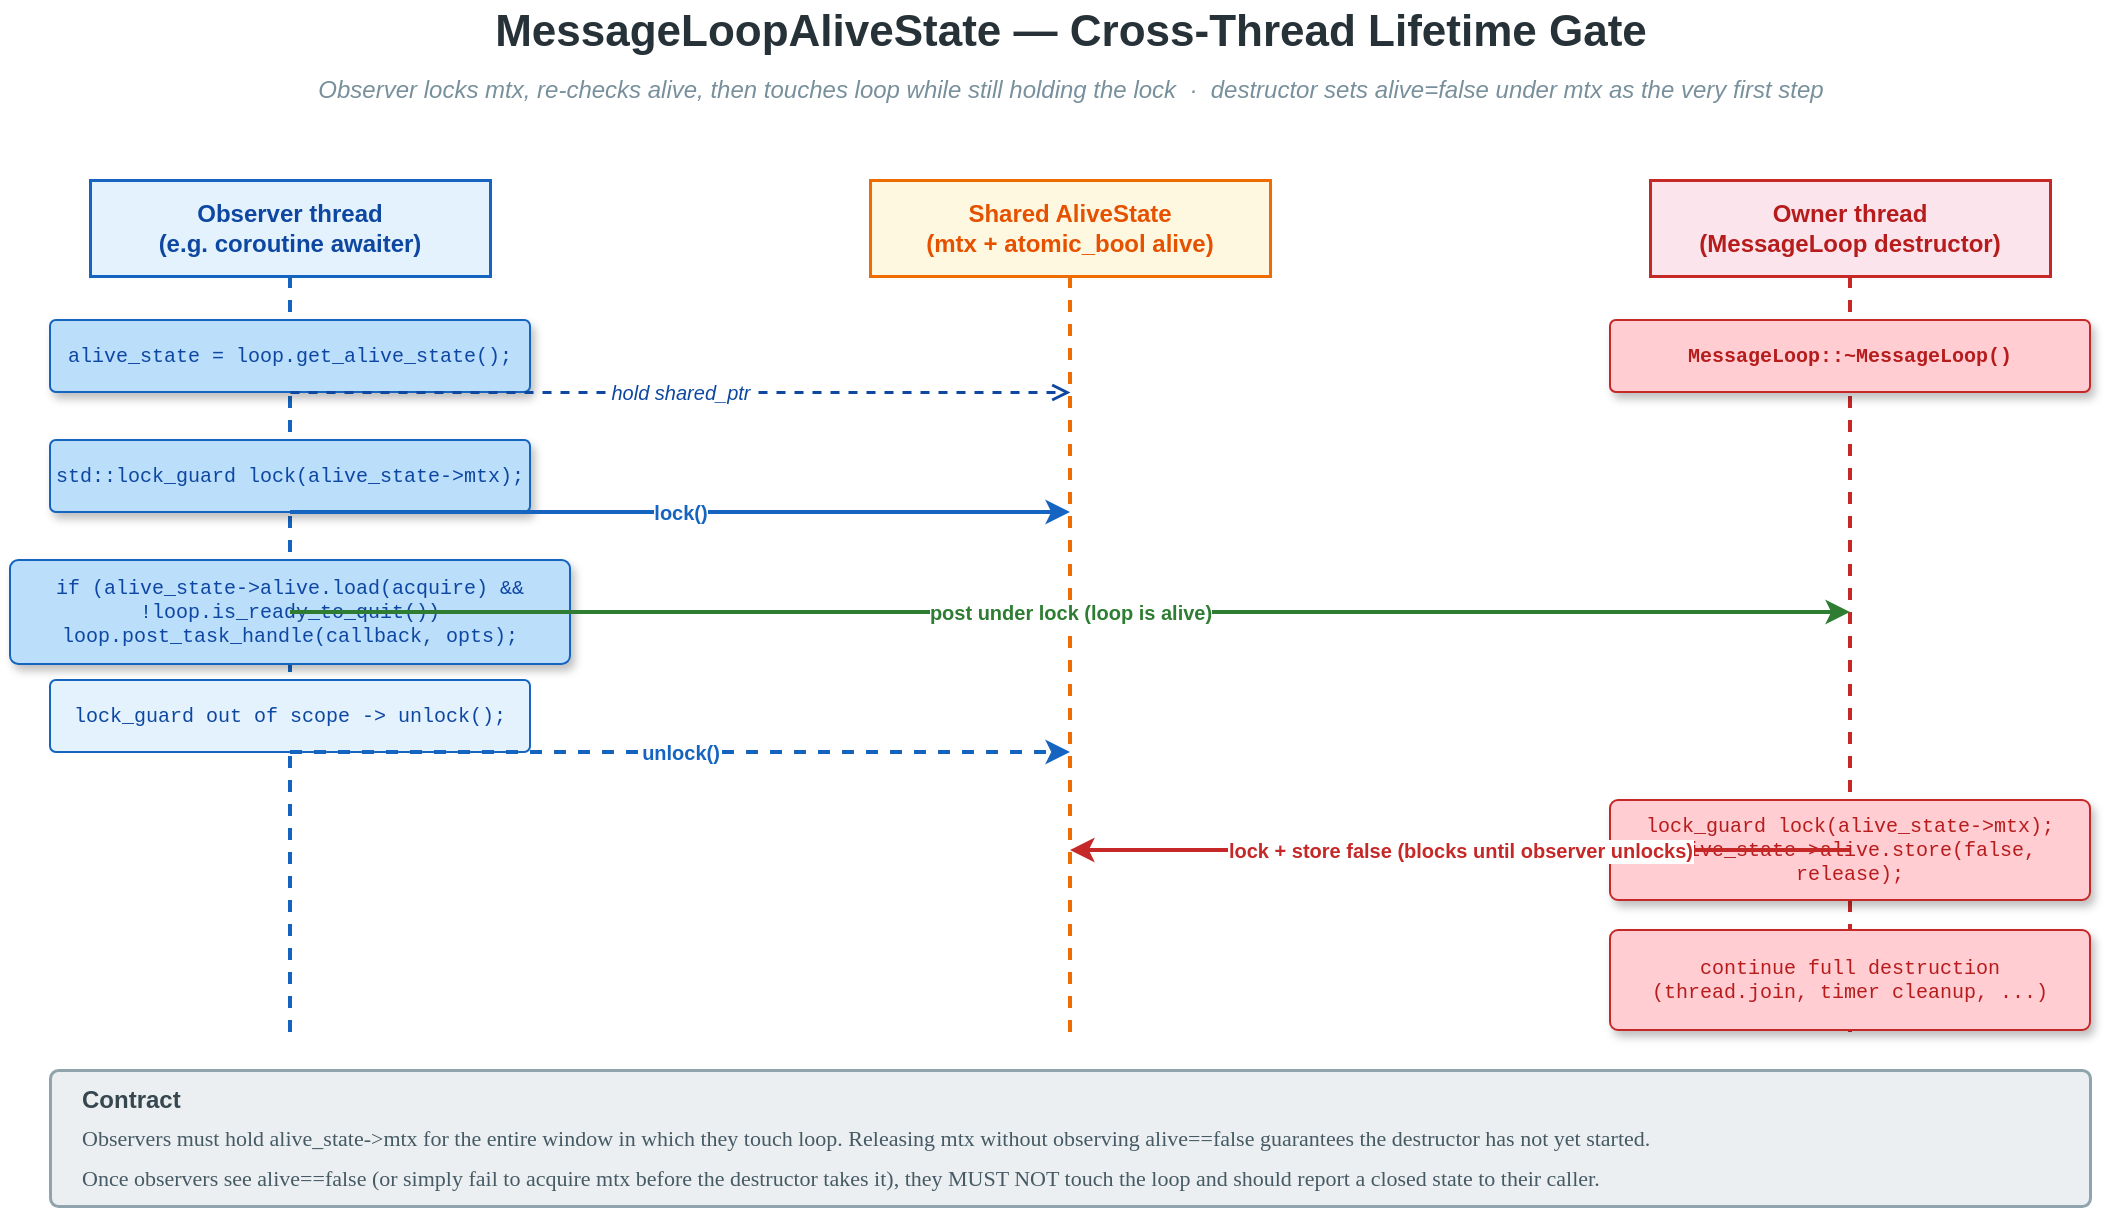
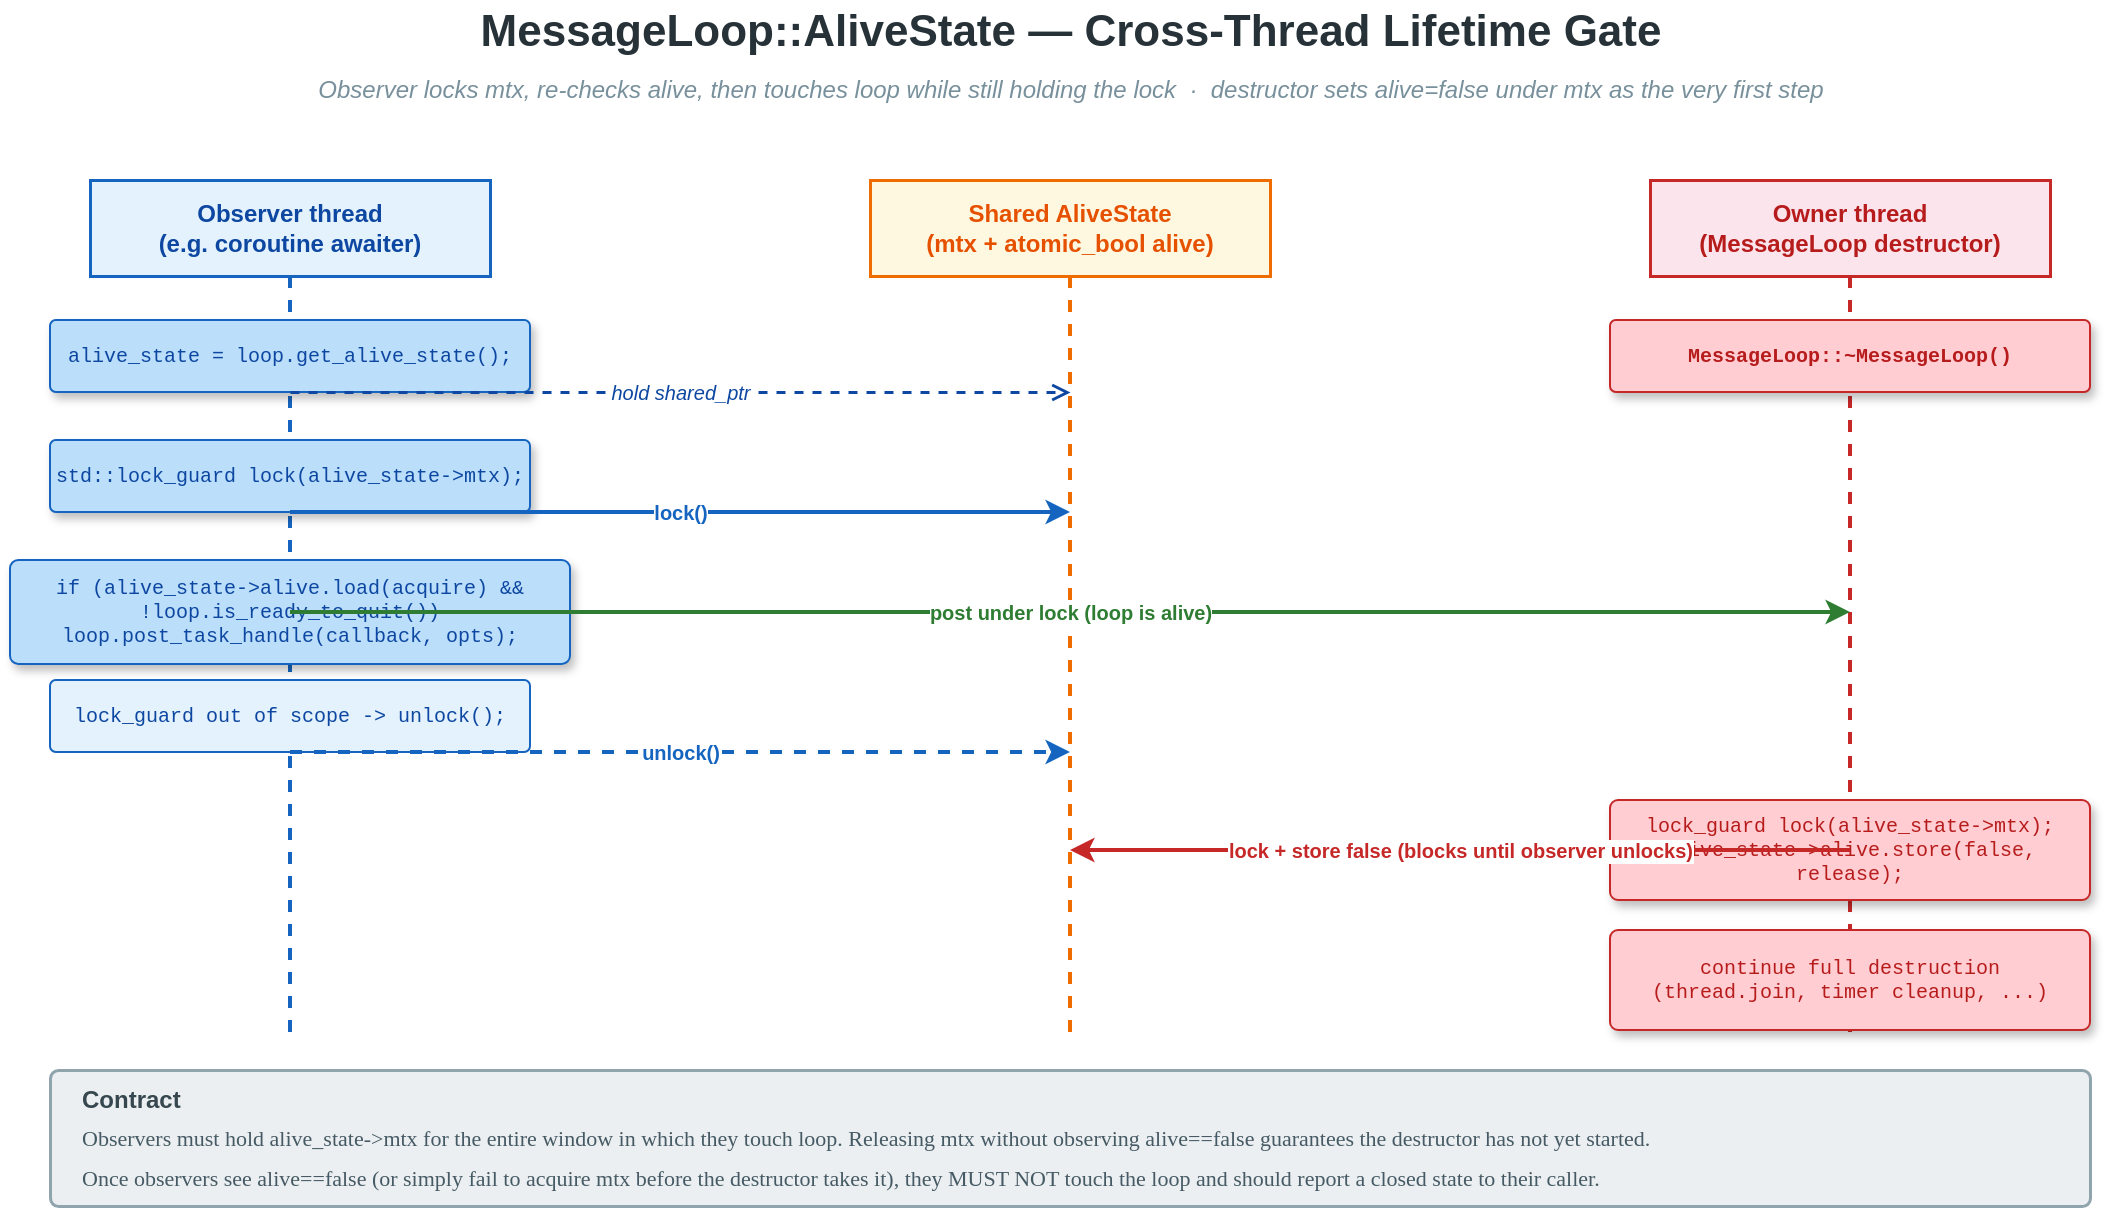
<mxfile host="app.diagrams.net" modified="2026-05-14T00:00:00.000Z" agent="Claude" version="24.0.0" type="device">
-   <diagram id="message-loop-alive-state" name="MessageLoopAliveState Sequencing">
+   <diagram id="message-loop-alive-state" name="MessageLoop::AliveState Sequencing">
    <mxGraphModel dx="1100" dy="640" grid="0" gridSize="10" guides="1" tooltips="1" connect="1" arrows="1" fold="1" page="1" pageScale="1" pageWidth="1100" pageHeight="640" math="0" shadow="0">
      <root>
        <mxCell id="0" />
        <mxCell id="1" parent="0" />

-         <mxCell id="title" value="MessageLoopAliveState &#8212; Cross-Thread Lifetime Gate" style="text;html=1;align=center;verticalAlign=middle;strokeColor=none;fillColor=none;fontSize=22;fontStyle=1;fontColor=#263238;" vertex="1" parent="1">
+         <mxCell id="title" value="MessageLoop::AliveState &#8212; Cross-Thread Lifetime Gate" style="text;html=1;align=center;verticalAlign=middle;strokeColor=none;fillColor=none;fontSize=22;fontStyle=1;fontColor=#263238;" vertex="1" parent="1">
          <mxGeometry x="40" y="20" width="1020" height="32" as="geometry" />
        </mxCell>
        <mxCell id="subtitle" value="Observer locks mtx, re-checks alive, then touches loop while still holding the lock &#160;&#183;&#160; destructor sets alive=false under mtx as the very first step" style="text;html=1;align=center;verticalAlign=middle;strokeColor=none;fillColor=none;fontSize=12;fontStyle=2;fontColor=#78909c;" vertex="1" parent="1">
          <mxGeometry x="40" y="54" width="1020" height="22" as="geometry" />
        </mxCell>

        <mxCell id="lane_obs" value="Observer thread&#10;(e.g. coroutine awaiter)" style="rounded=0;whiteSpace=wrap;html=1;fillColor=#e3f2fd;strokeColor=#1565c0;strokeWidth=1.5;fontSize=12;fontStyle=1;fontColor=#0d47a1;" vertex="1" parent="1">
          <mxGeometry x="60" y="110" width="200" height="48" as="geometry" />
        </mxCell>
        <mxCell id="lane_obs_line" value="" style="endArrow=none;html=1;strokeColor=#1565c0;strokeWidth=2;dashed=1;" edge="1" parent="1">
          <mxGeometry relative="1" as="geometry">
            <mxPoint x="160" y="158" as="sourcePoint" />
            <mxPoint x="160" y="540" as="targetPoint" />
          </mxGeometry>
        </mxCell>

        <mxCell id="lane_alive" value="Shared AliveState&#10;(mtx + atomic_bool alive)" style="rounded=0;whiteSpace=wrap;html=1;fillColor=#fff8e1;strokeColor=#ef6c00;strokeWidth=1.5;fontSize=12;fontStyle=1;fontColor=#e65100;" vertex="1" parent="1">
          <mxGeometry x="450" y="110" width="200" height="48" as="geometry" />
        </mxCell>
        <mxCell id="lane_alive_line" value="" style="endArrow=none;html=1;strokeColor=#ef6c00;strokeWidth=2;dashed=1;" edge="1" parent="1">
          <mxGeometry relative="1" as="geometry">
            <mxPoint x="550" y="158" as="sourcePoint" />
            <mxPoint x="550" y="540" as="targetPoint" />
          </mxGeometry>
        </mxCell>

        <mxCell id="lane_owner" value="Owner thread&#10;(MessageLoop destructor)" style="rounded=0;whiteSpace=wrap;html=1;fillColor=#fce4ec;strokeColor=#c62828;strokeWidth=1.5;fontSize=12;fontStyle=1;fontColor=#b71c1c;" vertex="1" parent="1">
          <mxGeometry x="840" y="110" width="200" height="48" as="geometry" />
        </mxCell>
        <mxCell id="lane_owner_line" value="" style="endArrow=none;html=1;strokeColor=#c62828;strokeWidth=2;dashed=1;" edge="1" parent="1">
          <mxGeometry relative="1" as="geometry">
            <mxPoint x="940" y="158" as="sourcePoint" />
            <mxPoint x="940" y="540" as="targetPoint" />
          </mxGeometry>
        </mxCell>

        <mxCell id="step1" value="alive_state = loop.get_alive_state();" style="rounded=1;whiteSpace=wrap;html=1;fillColor=#bbdefb;strokeColor=#1565c0;strokeWidth=1;fontSize=10;fontFamily=Courier New;fontColor=#0d47a1;shadow=1;arcSize=8;" vertex="1" parent="1">
          <mxGeometry x="40" y="180" width="240" height="36" as="geometry" />
        </mxCell>

        <mxCell id="arr1" value="hold shared_ptr" style="endArrow=open;endFill=0;html=1;strokeColor=#0d47a1;strokeWidth=1.5;fontSize=10;fontStyle=2;fontColor=#0d47a1;labelBackgroundColor=#ffffff;dashed=1;" edge="1" parent="1">
          <mxGeometry relative="1" as="geometry">
            <mxPoint x="160" y="216" as="sourcePoint" />
            <mxPoint x="550" y="216" as="targetPoint" />
          </mxGeometry>
        </mxCell>

        <mxCell id="step2" value="std::lock_guard lock(alive_state-&gt;mtx);" style="rounded=1;whiteSpace=wrap;html=1;fillColor=#bbdefb;strokeColor=#1565c0;strokeWidth=1;fontSize=10;fontFamily=Courier New;fontColor=#0d47a1;shadow=1;arcSize=8;" vertex="1" parent="1">
          <mxGeometry x="40" y="240" width="240" height="36" as="geometry" />
        </mxCell>
        <mxCell id="arr2" value="lock()" style="endArrow=classic;endFill=1;html=1;strokeColor=#1565c0;strokeWidth=2;fontSize=10;fontStyle=1;fontColor=#1565c0;labelBackgroundColor=#ffffff;" edge="1" parent="1">
          <mxGeometry relative="1" as="geometry">
            <mxPoint x="160" y="276" as="sourcePoint" />
            <mxPoint x="550" y="276" as="targetPoint" />
          </mxGeometry>
        </mxCell>

        <mxCell id="step3" value="if (alive_state-&gt;alive.load(acquire) &amp;&amp; !loop.is_ready_to_quit())&#10;    loop.post_task_handle(callback, opts);" style="rounded=1;whiteSpace=wrap;html=1;fillColor=#bbdefb;strokeColor=#1565c0;strokeWidth=1;fontSize=10;fontFamily=Courier New;fontColor=#0d47a1;shadow=1;arcSize=8;" vertex="1" parent="1">
          <mxGeometry x="20" y="300" width="280" height="52" as="geometry" />
        </mxCell>

        <mxCell id="arr3" value="post under lock&#160;(loop is alive)" style="endArrow=classic;endFill=1;html=1;strokeColor=#2e7d32;strokeWidth=2;fontSize=10;fontStyle=1;fontColor=#2e7d32;labelBackgroundColor=#ffffff;" edge="1" parent="1">
          <mxGeometry relative="1" as="geometry">
            <mxPoint x="160" y="326" as="sourcePoint" />
            <mxPoint x="940" y="326" as="targetPoint" />
          </mxGeometry>
        </mxCell>

        <mxCell id="step4" value="lock_guard out of scope -&gt; unlock();" style="rounded=1;whiteSpace=wrap;html=1;fillColor=#e3f2fd;strokeColor=#1565c0;strokeWidth=1;fontSize=10;fontFamily=Courier New;fontColor=#0d47a1;arcSize=8;" vertex="1" parent="1">
          <mxGeometry x="40" y="360" width="240" height="36" as="geometry" />
        </mxCell>
        <mxCell id="arr4" value="unlock()" style="endArrow=classic;endFill=1;html=1;strokeColor=#1565c0;strokeWidth=2;fontSize=10;fontStyle=1;fontColor=#1565c0;labelBackgroundColor=#ffffff;dashed=1;" edge="1" parent="1">
          <mxGeometry relative="1" as="geometry">
            <mxPoint x="160" y="396" as="sourcePoint" />
            <mxPoint x="550" y="396" as="targetPoint" />
          </mxGeometry>
        </mxCell>

        <mxCell id="step5" value="MessageLoop::~MessageLoop()" style="rounded=1;whiteSpace=wrap;html=1;fillColor=#ffcdd2;strokeColor=#c62828;strokeWidth=1;fontSize=10;fontFamily=Courier New;fontStyle=1;fontColor=#b71c1c;shadow=1;arcSize=8;" vertex="1" parent="1">
          <mxGeometry x="820" y="180" width="240" height="36" as="geometry" />
        </mxCell>
        <mxCell id="step6" value="lock_guard lock(alive_state-&gt;mtx);&#10;alive_state-&gt;alive.store(false, release);" style="rounded=1;whiteSpace=wrap;html=1;fillColor=#ffcdd2;strokeColor=#c62828;strokeWidth=1;fontSize=10;fontFamily=Courier New;fontColor=#b71c1c;shadow=1;arcSize=8;" vertex="1" parent="1">
          <mxGeometry x="820" y="420" width="240" height="50" as="geometry" />
        </mxCell>
        <mxCell id="arr5" value="lock + store false&#160;(blocks until observer unlocks)" style="endArrow=classic;endFill=1;html=1;strokeColor=#c62828;strokeWidth=2;fontSize=10;fontStyle=1;fontColor=#c62828;labelBackgroundColor=#ffffff;" edge="1" parent="1">
          <mxGeometry relative="1" as="geometry">
            <mxPoint x="940" y="445" as="sourcePoint" />
            <mxPoint x="550" y="445" as="targetPoint" />
          </mxGeometry>
        </mxCell>

        <mxCell id="step7" value="continue full destruction&#10;(thread.join, timer cleanup, ...)" style="rounded=1;whiteSpace=wrap;html=1;fillColor=#ffcdd2;strokeColor=#c62828;strokeWidth=1;fontSize=10;fontFamily=Courier New;fontColor=#b71c1c;shadow=1;arcSize=8;" vertex="1" parent="1">
          <mxGeometry x="820" y="485" width="240" height="50" as="geometry" />
        </mxCell>

        <mxCell id="note_bg" value="" style="rounded=1;whiteSpace=wrap;html=1;fillColor=#eceff1;strokeColor=#90a4ae;strokeWidth=1.5;arcSize=6;" vertex="1" parent="1">
          <mxGeometry x="40" y="555" width="1020" height="68" as="geometry" />
        </mxCell>
        <mxCell id="note_t" value="Contract" style="text;html=1;align=left;verticalAlign=middle;strokeColor=none;fillColor=none;fontSize=12;fontStyle=1;fontColor=#37474f;" vertex="1" parent="1">
          <mxGeometry x="54" y="560" width="200" height="20" as="geometry" />
        </mxCell>
        <mxCell id="note_l1" value="Observers must hold alive_state-&gt;mtx for the entire window in which they touch loop. Releasing mtx without observing alive==false guarantees the destructor has not yet started." style="text;html=1;align=left;verticalAlign=middle;strokeColor=none;fillColor=none;fontSize=11;fontFamily=Verdana;fontColor=#455a64;" vertex="1" parent="1">
          <mxGeometry x="54" y="580" width="1000" height="18" as="geometry" />
        </mxCell>
        <mxCell id="note_l2" value="Once observers see alive==false (or simply fail to acquire mtx before the destructor takes it), they MUST NOT touch the loop and should report a closed state to their caller." style="text;html=1;align=left;verticalAlign=middle;strokeColor=none;fillColor=none;fontSize=11;fontFamily=Verdana;fontColor=#455a64;" vertex="1" parent="1">
          <mxGeometry x="54" y="600" width="1000" height="18" as="geometry" />
        </mxCell>
      </root>
    </mxGraphModel>
  </diagram>
</mxfile>
